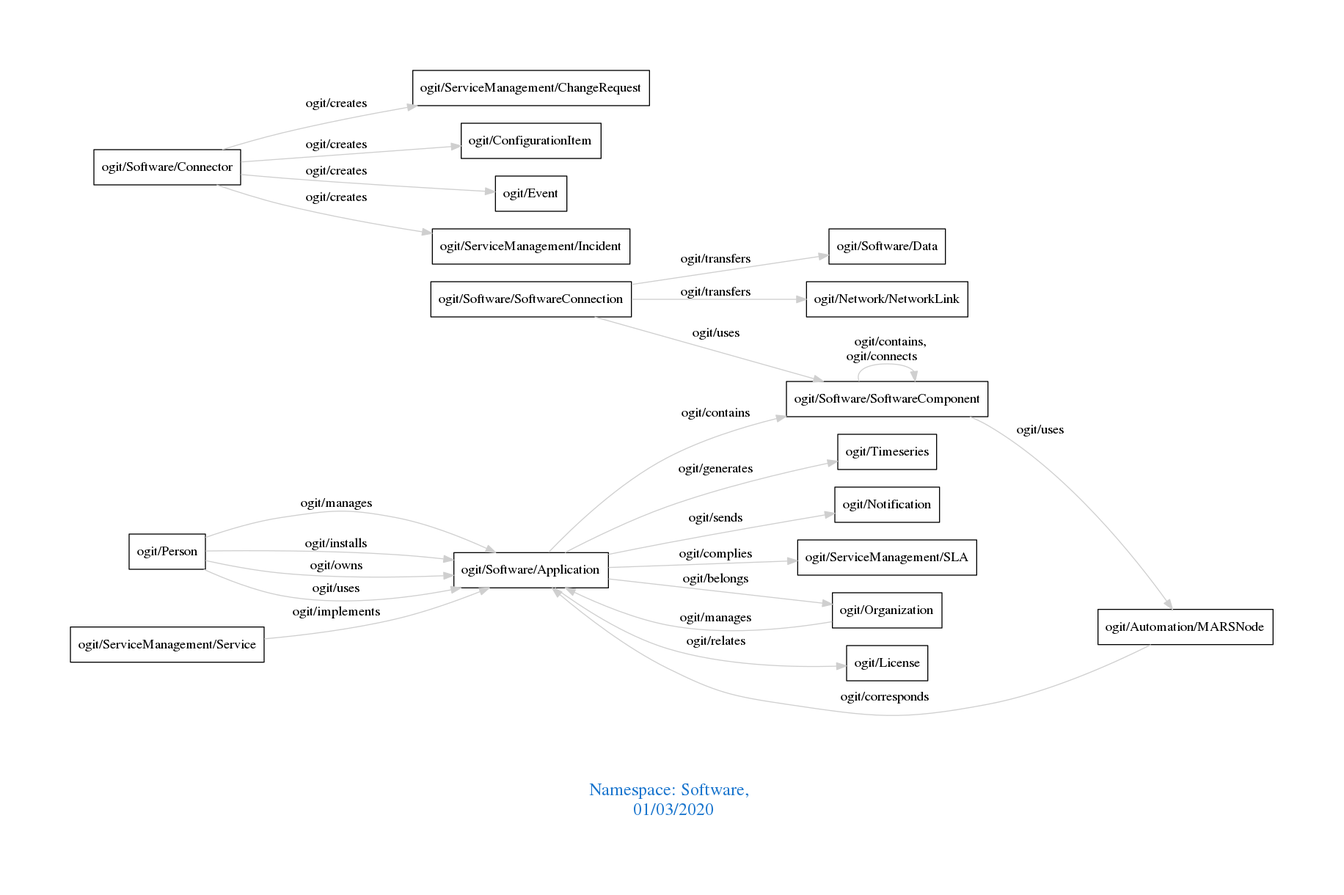
Above: downloads/Software.png in arago/OGIT (Graphviz), before the change. Its source is kept beside it as downloads/Software.dot.
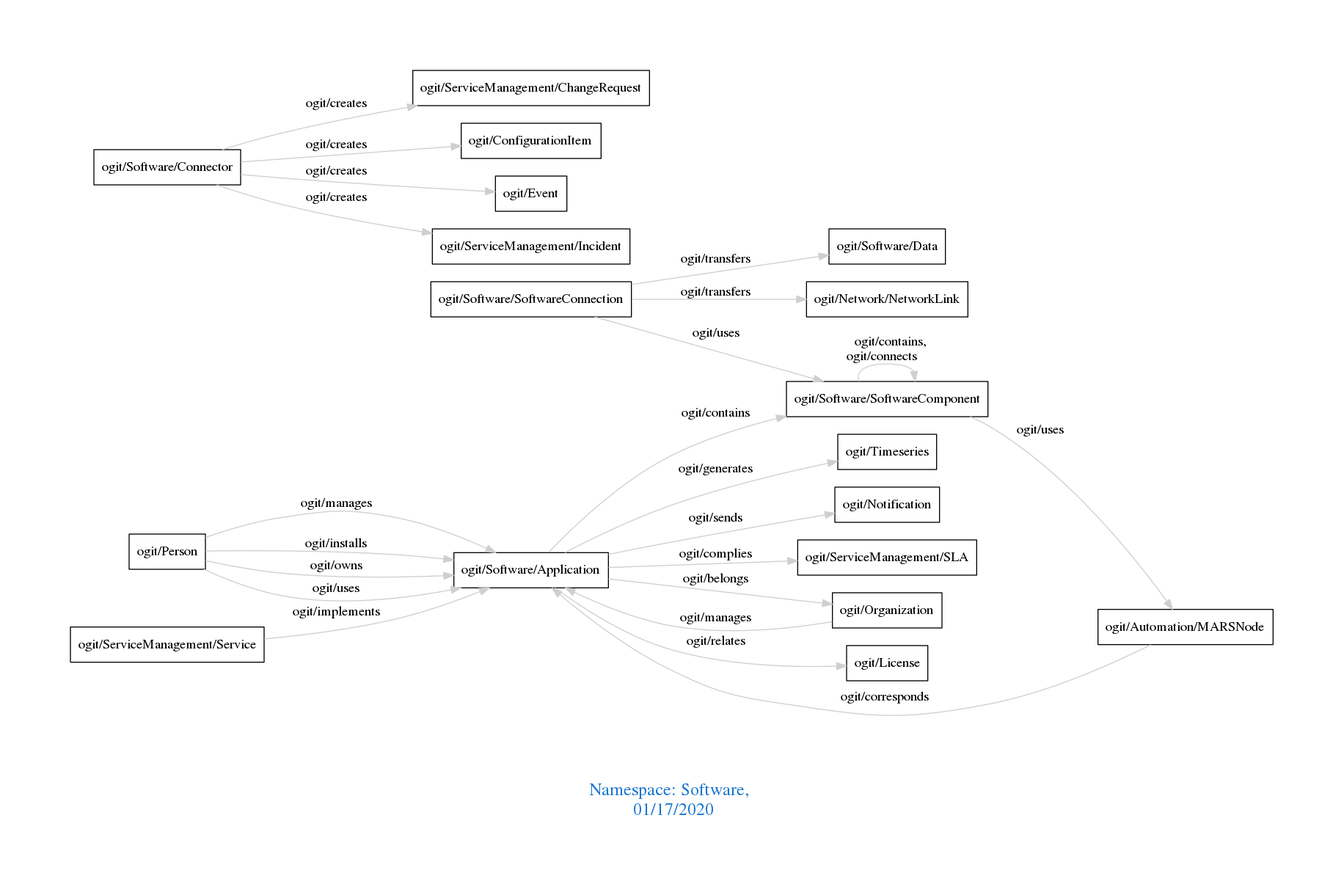
The same file after the commit.

What changed in the source:
```diff
@@ -1,7 +1,7 @@
 digraph OGIT_ontology {
  graph [ rankdir= LR,pad=1
 fontsize = 18,
-fontcolor= dodgerblue3,label = "\n\n\nNamespace: Software, \n 01/03/2020"];
+fontcolor= dodgerblue3,label = "\n\n\nNamespace: Software, \n 01/17/2020"];
 node[shape=polygon];
 edge [  color="gray81"];
 
```
